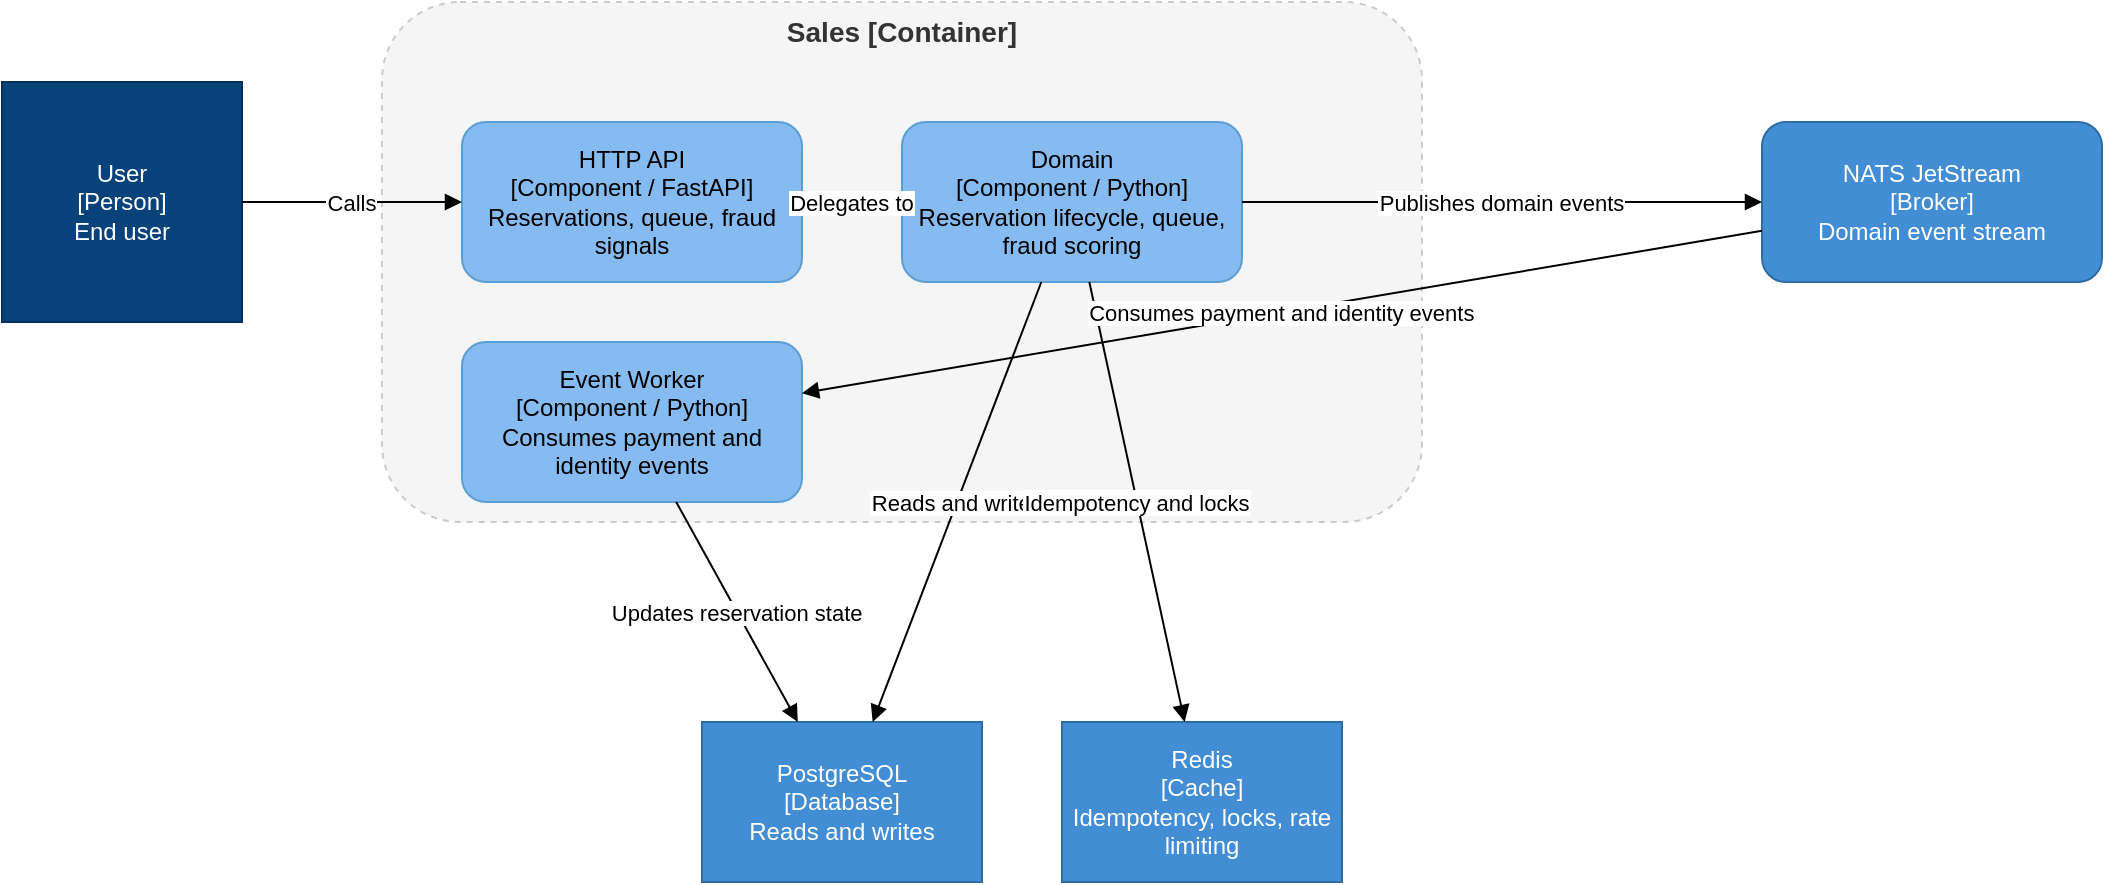
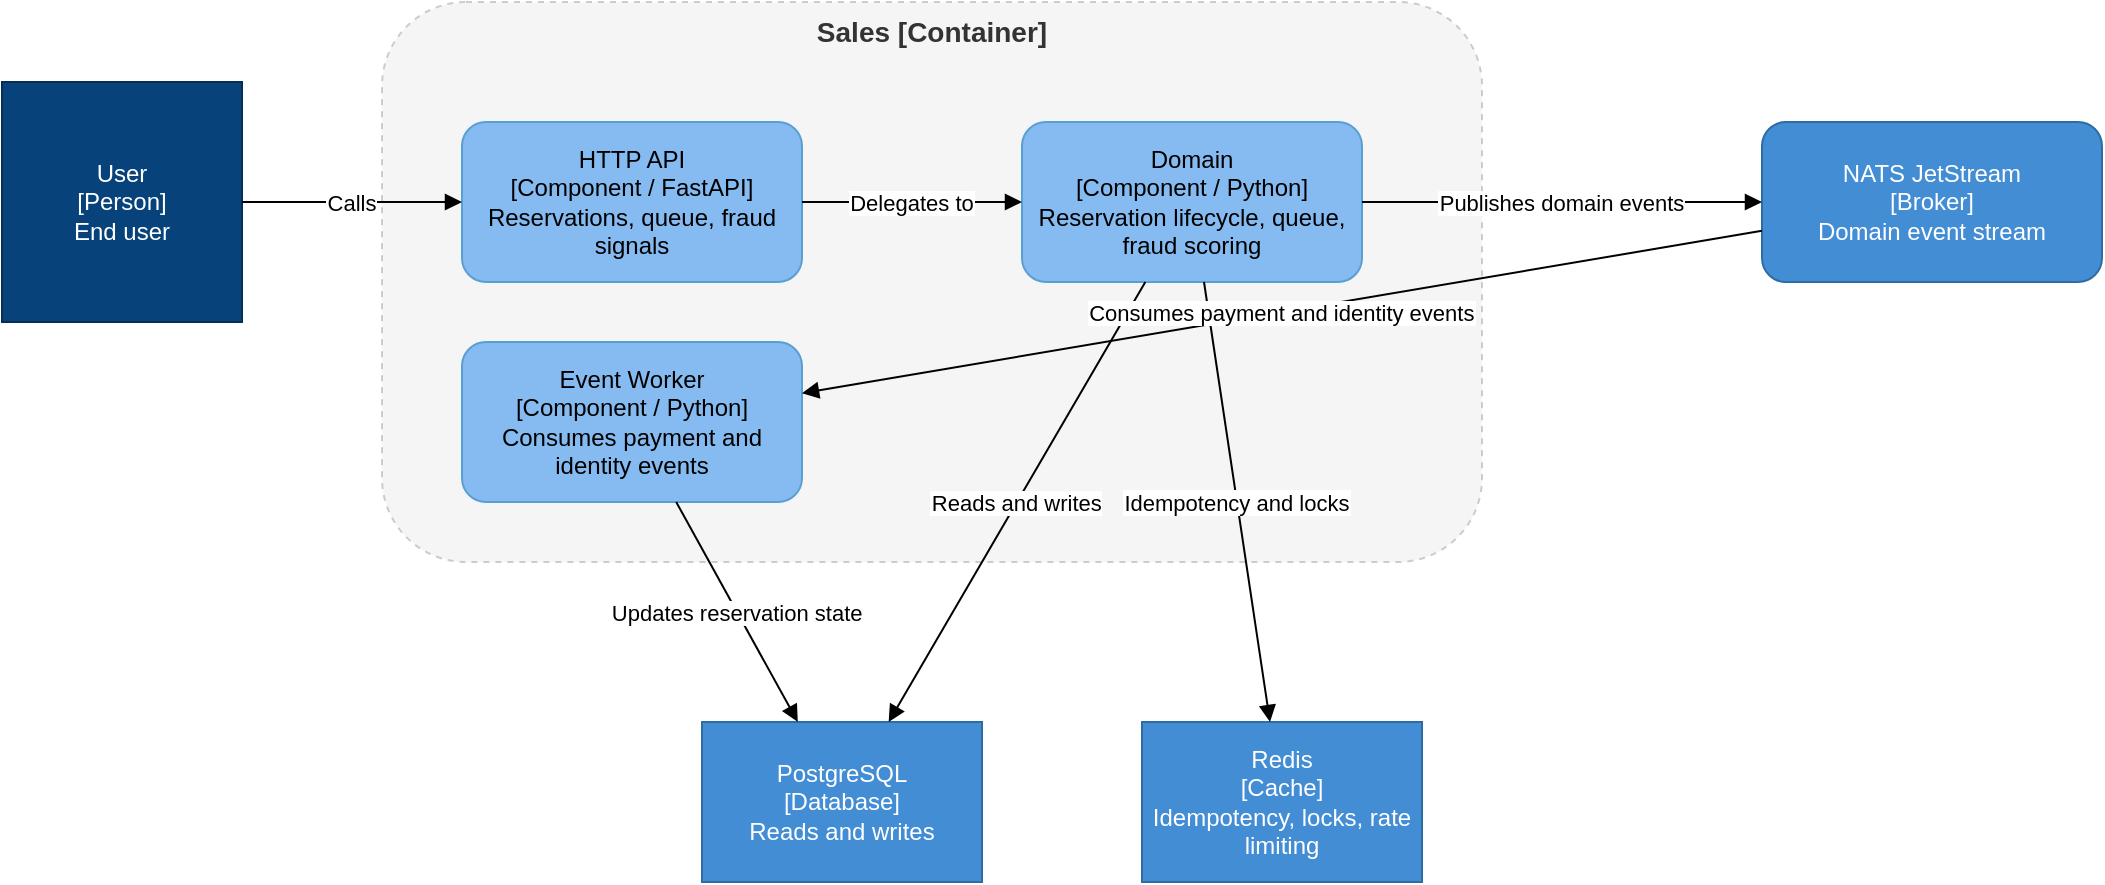
<mxfile host="embed.diagrams.net">
  <diagram name="C4 Level 3 - Sales" id="c4-component-sales">
-     <mxGraphModel dx="1398" dy="474" grid="1" gridSize="10" guides="1" tooltips="1" connect="1" arrows="1" fold="1" page="1" pageScale="1" pageWidth="1169" pageHeight="827" math="0" shadow="0">
+     <mxGraphModel dx="1069" dy="528" grid="1" gridSize="10" guides="1" tooltips="1" connect="1" arrows="1" fold="1" page="1" pageScale="1" pageWidth="1169" pageHeight="827" math="0" shadow="0">
      <root>
        <mxCell id="0" />
        <mxCell id="1" parent="0" />
        <mxCell id="2" html="0" parent="1" style="rounded=1;dashed=1;fillColor=#f5f5f5;strokeColor=#cccccc;fontSize=14;fontStyle=1;fontColor=#333333;verticalAlign=top;html=0;" value="Sales [Container]" vertex="1">
-           <mxGeometry height="260" width="520" x="220" y="60" as="geometry" />
+           <mxGeometry height="280" width="550" x="220" y="60" as="geometry" />
        </mxCell>
        <mxCell id="3" html="0" parent="1" style="shape=mxgraph.basic.person;whiteSpace=wrap;fillColor=#08427B;fontColor=#ffffff;strokeColor=#052e56;fontSize=12;html=0;" value="User&#xa;[Person]&#xa;End user" vertex="1">
          <mxGeometry height="120" width="120" x="30" y="100" as="geometry" />
        </mxCell>
        <mxCell id="4" html="0" parent="1" style="rounded=1;whiteSpace=wrap;fillColor=#85BBF0;fontColor=#000000;strokeColor=#5a9fd4;fontSize=12;html=0;" value="HTTP API&#xa;[Component / FastAPI]&#xa;Reservations, queue, fraud signals" vertex="1">
          <mxGeometry height="80" width="170" x="260" y="120" as="geometry" />
        </mxCell>
        <mxCell id="5" html="0" parent="1" style="rounded=1;whiteSpace=wrap;fillColor=#85BBF0;fontColor=#000000;strokeColor=#5a9fd4;fontSize=12;html=0;" value="Domain&#xa;[Component / Python]&#xa;Reservation lifecycle, queue,&#xa;fraud scoring" vertex="1">
-           <mxGeometry height="80" width="170" x="480" y="120" as="geometry" />
+           <mxGeometry height="80" width="170" x="540" y="120" as="geometry" />
        </mxCell>
        <mxCell id="6" html="0" parent="1" style="rounded=1;whiteSpace=wrap;fillColor=#85BBF0;fontColor=#000000;strokeColor=#5a9fd4;fontSize=12;html=0;" value="Event Worker&#xa;[Component / Python]&#xa;Consumes payment and identity events" vertex="1">
          <mxGeometry height="80" width="170" x="260" y="230" as="geometry" />
        </mxCell>
        <mxCell id="7" html="0" parent="1" style="shape=mxgraph.basic.cylinder3;whiteSpace=wrap;fillColor=#438DD5;fontColor=#ffffff;strokeColor=#2e6da4;fontSize=12;html=0;" value="PostgreSQL&#xa;[Database]&#xa;Reads and writes" vertex="1">
          <mxGeometry height="80" width="140" x="380" y="420" as="geometry" />
        </mxCell>
        <mxCell id="8" html="0" parent="1" style="rounded=1;whiteSpace=wrap;fillColor=#438DD5;fontColor=#ffffff;strokeColor=#2e6da4;fontSize=12;html=0;" value="NATS JetStream&#xa;[Broker]&#xa;Domain event stream" vertex="1">
          <mxGeometry height="80" width="170" x="910" y="120" as="geometry" />
        </mxCell>
        <mxCell id="9" html="0" parent="1" style="shape=mxgraph.basic.cylinder3;whiteSpace=wrap;fillColor=#438DD5;fontColor=#ffffff;strokeColor=#2e6da4;fontSize=12;html=0;" value="Redis&#xa;[Cache]&#xa;Idempotency, locks, rate limiting" vertex="1">
-           <mxGeometry height="80" width="140" x="560" y="420" as="geometry" />
+           <mxGeometry height="80" width="140" x="600" y="420" as="geometry" />
        </mxCell>
        <mxCell id="10" edge="1" html="0" parent="1" source="3" style="endArrow=block;endFill=1;fontSize=11;html=0;" target="4" value="Calls">
          <mxGeometry relative="1" as="geometry" />
        </mxCell>
        <mxCell id="11" edge="1" html="0" parent="1" source="4" style="endArrow=block;endFill=1;fontSize=11;html=0;" target="5" value="Delegates to">
          <mxGeometry relative="1" as="geometry" />
        </mxCell>
        <mxCell id="12" edge="1" html="0" parent="1" source="5" style="endArrow=block;endFill=1;fontSize=11;html=0;" target="7" value="Reads and writes">
          <mxGeometry relative="1" as="geometry" />
        </mxCell>
        <mxCell id="13" edge="1" html="0" parent="1" source="5" style="endArrow=block;endFill=1;fontSize=11;html=0;" target="8" value="Publishes domain events">
          <mxGeometry relative="1" as="geometry" />
        </mxCell>
        <mxCell id="14" edge="1" html="0" parent="1" source="5" style="endArrow=block;endFill=1;fontSize=11;html=0;" target="9" value="Idempotency and locks">
          <mxGeometry relative="1" as="geometry" />
        </mxCell>
        <mxCell id="15" edge="1" html="0" parent="1" source="8" style="endArrow=block;endFill=1;fontSize=11;html=0;" target="6" value="Consumes payment and identity events">
          <mxGeometry relative="1" as="geometry" />
        </mxCell>
        <mxCell id="16" edge="1" html="0" parent="1" source="6" style="endArrow=block;endFill=1;fontSize=11;html=0;" target="7" value="Updates reservation state">
          <mxGeometry relative="1" as="geometry" />
        </mxCell>
      </root>
    </mxGraphModel>
  </diagram>
</mxfile>
